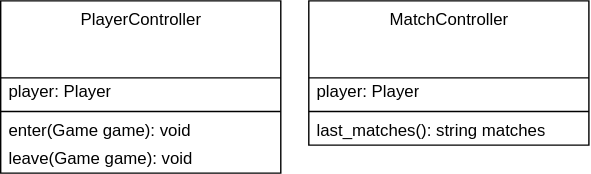
Above: images/clean-code-clean-classes/SRP.svg in GabrielSlima/blog (draw.io), before the change. Source tidied: cells renumbered, new cells last; positions are measured from the earlier drawing's top-left corner, leaving out a move shared by most shapes.
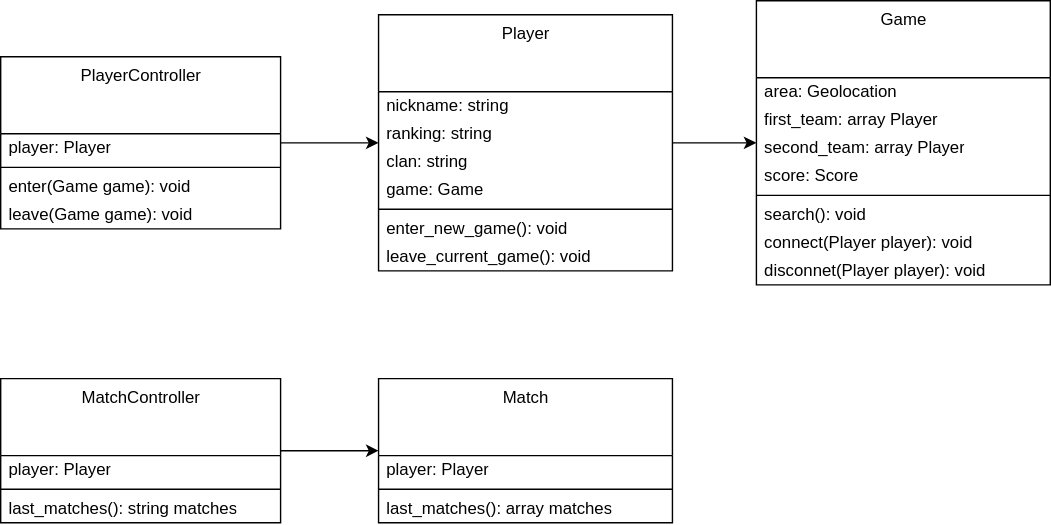
The same diagram one commit later.

The edit, as a diff of the source:
```diff
@@ -2,30 +2,102 @@
   <root>
     <mxCell id="0" />
     <mxCell id="1" parent="0" />
+    <mxCell id="11" value="Match" style="swimlane;fontStyle=0;align=center;verticalAlign=top;horizontal=1;startSize=55;html=1;fillColor=none;" parent="1" vertex="1">
+      <mxGeometry x="330" y="272" width="210" height="103" as="geometry" />
+    </mxCell>
+    <mxCell id="12" value="player: Player" style="text;html=1;strokeColor=none;fillColor=none;align=left;verticalAlign=middle;spacingLeft=4;spacingRight=4;overflow=hidden;" parent="11" vertex="1">
+      <mxGeometry y="55" width="210" height="20" as="geometry" />
+    </mxCell>
+    <mxCell id="13" style="line;strokeWidth=1;fillColor=none;align=left;verticalAlign=middle;spacingTop=-1;spacingLeft=3;spacingRight=3;labelPosition=right;" parent="11" vertex="1">
+      <mxGeometry y="75" width="210" height="8" as="geometry" />
+    </mxCell>
+    <mxCell id="14" value="last_matches(): array matches" style="text;html=1;strokeColor=none;fillColor=none;align=left;verticalAlign=middle;spacingLeft=4;spacingRight=4;overflow=hidden;" parent="11" vertex="1">
+      <mxGeometry y="83" width="210" height="20" as="geometry" />
+    </mxCell>
+    <mxCell id="15" style="edgeStyle=orthogonalEdgeStyle;rounded=0;jettySize=auto;html=1;" parent="1" edge="1" source="16" target="27">
+      <mxGeometry relative="1" as="geometry" />
+    </mxCell>
+    <mxCell id="16" value="&lt;div&gt;Player&lt;/div&gt;" style="swimlane;fontStyle=0;align=center;verticalAlign=top;horizontal=1;startSize=55;html=1;fillColor=none;" parent="1" vertex="1">
+      <mxGeometry x="330" y="12" width="210" height="183" as="geometry" />
+    </mxCell>
+    <mxCell id="17" value="nickname: string" style="text;html=1;strokeColor=none;fillColor=none;align=left;verticalAlign=middle;spacingLeft=4;spacingRight=4;overflow=hidden;" parent="16" vertex="1">
+      <mxGeometry y="55" width="210" height="20" as="geometry" />
+    </mxCell>
+    <mxCell id="18" value="&lt;div&gt;ranking: string&lt;br&gt;&lt;/div&gt;" style="text;html=1;strokeColor=none;fillColor=none;align=left;verticalAlign=middle;spacingLeft=4;spacingRight=4;overflow=hidden;" parent="16" vertex="1">
+      <mxGeometry y="75" width="210" height="20" as="geometry" />
+    </mxCell>
+    <mxCell id="19" value="&lt;div&gt;clan: string&lt;br&gt;&lt;/div&gt;" style="text;html=1;strokeColor=none;fillColor=none;align=left;verticalAlign=middle;spacingLeft=4;spacingRight=4;overflow=hidden;" parent="16" vertex="1">
+      <mxGeometry y="95" width="210" height="20" as="geometry" />
+    </mxCell>
+    <mxCell id="20" value="&lt;div&gt;game: Game&lt;br&gt;&lt;/div&gt;" style="text;html=1;strokeColor=none;fillColor=none;align=left;verticalAlign=middle;spacingLeft=4;spacingRight=4;overflow=hidden;" parent="16" vertex="1">
+      <mxGeometry y="115" width="210" height="20" as="geometry" />
+    </mxCell>
+    <mxCell id="21" style="line;strokeWidth=1;fillColor=none;align=left;verticalAlign=middle;spacingTop=-1;spacingLeft=3;spacingRight=3;labelPosition=right;" parent="16" vertex="1">
+      <mxGeometry y="135" width="210" height="8" as="geometry" />
+    </mxCell>
+    <mxCell id="22" value="enter_new_game(): void" style="text;html=1;strokeColor=none;fillColor=none;align=left;verticalAlign=middle;spacingLeft=4;spacingRight=4;overflow=hidden;" parent="16" vertex="1">
+      <mxGeometry y="143" width="210" height="20" as="geometry" />
+    </mxCell>
+    <mxCell id="23" value="leave_current_game(): void" style="text;html=1;strokeColor=none;fillColor=none;align=left;verticalAlign=middle;spacingLeft=4;spacingRight=4;overflow=hidden;" parent="16" vertex="1">
+      <mxGeometry y="163" width="210" height="20" as="geometry" />
+    </mxCell>
+    <mxCell id="24" style="edgeStyle=orthogonalEdgeStyle;rounded=0;jettySize=auto;html=1;" parent="1" edge="1" source="2" target="16">
+      <mxGeometry relative="1" as="geometry" />
+    </mxCell>
     <mxCell id="2" value="PlayerController" style="swimlane;fontStyle=0;align=center;verticalAlign=top;horizontal=1;startSize=55;html=1;fillColor=none;" parent="1" vertex="1">
-      <mxGeometry width="200" height="123" as="geometry" />
+      <mxGeometry x="60" y="42" width="200" height="123" as="geometry" />
     </mxCell>
-    <mxCell id="3" value="&lt;div&gt;player: Player&lt;/div&gt;" style="text;html=1;strokeColor=none;fillColor=none;align=left;verticalAlign=middle;spacingLeft=4;spacingRight=4;overflow=hidden;" parent="2" vertex="1">
-      <mxGeometry y="55" width="200" height="20" as="geometry" />
-    </mxCell>
-    <mxCell id="4" style="line;strokeWidth=1;fillColor=none;align=left;verticalAlign=middle;spacingTop=-1;spacingLeft=3;spacingRight=3;labelPosition=right;" parent="2" vertex="1">
-      <mxGeometry y="75" width="200" height="8" as="geometry" />
-    </mxCell>
+    <mxCell id="25" value="&lt;div&gt;player: Player&lt;/div&gt;" style="text;html=1;strokeColor=none;fillColor=none;align=left;verticalAlign=middle;spacingLeft=4;spacingRight=4;overflow=hidden;" parent="2" vertex="1">
+      <mxGeometry y="55" width="200" height="20" as="geometry" />
+    </mxCell>
+    <mxCell id="26" style="line;strokeWidth=1;fillColor=none;align=left;verticalAlign=middle;spacingTop=-1;spacingLeft=3;spacingRight=3;labelPosition=right;" parent="2" vertex="1">
+      <mxGeometry y="75" width="200" height="8" as="geometry" />
+    </mxCell>
     <mxCell id="5" value="enter(Game game): void" style="text;html=1;strokeColor=none;fillColor=none;align=left;verticalAlign=middle;spacingLeft=4;spacingRight=4;overflow=hidden;" parent="2" vertex="1">
       <mxGeometry y="83" width="200" height="20" as="geometry" />
     </mxCell>
     <mxCell id="6" value="leave(Game game): void" style="text;html=1;strokeColor=none;fillColor=none;align=left;verticalAlign=middle;spacingLeft=4;spacingRight=4;overflow=hidden;" parent="2" vertex="1">
       <mxGeometry y="103" width="200" height="20" as="geometry" />
     </mxCell>
+    <mxCell id="27" value="Game" style="swimlane;fontStyle=0;align=center;verticalAlign=top;horizontal=1;startSize=55;html=1;fillColor=none;" parent="1" vertex="1">
+      <mxGeometry x="600" y="2" width="210" height="203" as="geometry" />
+    </mxCell>
+    <mxCell id="28" value="area: Geolocation" style="text;html=1;strokeColor=none;fillColor=none;align=left;verticalAlign=middle;spacingLeft=4;spacingRight=4;overflow=hidden;" parent="27" vertex="1">
+      <mxGeometry y="55" width="210" height="20" as="geometry" />
+    </mxCell>
+    <mxCell id="29" value="first_team: array Player" style="text;html=1;strokeColor=none;fillColor=none;align=left;verticalAlign=middle;spacingLeft=4;spacingRight=4;overflow=hidden;" parent="27" vertex="1">
+      <mxGeometry y="75" width="210" height="20" as="geometry" />
+    </mxCell>
+    <mxCell id="30" value="second_team: array Player" style="text;html=1;strokeColor=none;fillColor=none;align=left;verticalAlign=middle;spacingLeft=4;spacingRight=4;overflow=hidden;" parent="27" vertex="1">
+      <mxGeometry y="95" width="210" height="20" as="geometry" />
+    </mxCell>
+    <mxCell id="31" value="score: Score" style="text;html=1;strokeColor=none;fillColor=none;align=left;verticalAlign=middle;spacingLeft=4;spacingRight=4;overflow=hidden;" parent="27" vertex="1">
+      <mxGeometry y="115" width="210" height="20" as="geometry" />
+    </mxCell>
+    <mxCell id="32" style="line;strokeWidth=1;fillColor=none;align=left;verticalAlign=middle;spacingTop=-1;spacingLeft=3;spacingRight=3;labelPosition=right;" parent="27" vertex="1">
+      <mxGeometry y="135" width="210" height="8" as="geometry" />
+    </mxCell>
+    <mxCell id="33" value="search(): void" style="text;html=1;strokeColor=none;fillColor=none;align=left;verticalAlign=middle;spacingLeft=4;spacingRight=4;overflow=hidden;" parent="27" vertex="1">
+      <mxGeometry y="143" width="210" height="20" as="geometry" />
+    </mxCell>
+    <mxCell id="34" value="connect(Player player): void" style="text;html=1;strokeColor=none;fillColor=none;align=left;verticalAlign=middle;spacingLeft=4;spacingRight=4;overflow=hidden;" parent="27" vertex="1">
+      <mxGeometry y="163" width="210" height="20" as="geometry" />
+    </mxCell>
+    <mxCell id="35" value="disconnet(Player player): void" style="text;html=1;strokeColor=none;fillColor=none;align=left;verticalAlign=middle;spacingLeft=4;spacingRight=4;overflow=hidden;" parent="27" vertex="1">
+      <mxGeometry y="183" width="210" height="20" as="geometry" />
+    </mxCell>
+    <mxCell id="36" style="edgeStyle=orthogonalEdgeStyle;rounded=0;jettySize=auto;html=1;" parent="1" edge="1" source="7" target="11">
+      <mxGeometry relative="1" as="geometry" />
+    </mxCell>
     <mxCell id="7" value="MatchController" style="swimlane;fontStyle=0;align=center;verticalAlign=top;horizontal=1;startSize=55;html=1;fillColor=none;" parent="1" vertex="1">
-      <mxGeometry x="220" width="200" height="103" as="geometry" />
+      <mxGeometry x="60" y="272" width="200" height="103" as="geometry" />
     </mxCell>
-    <mxCell id="8" value="&lt;div&gt;player: Player&lt;/div&gt;" style="text;html=1;strokeColor=none;fillColor=none;align=left;verticalAlign=middle;spacingLeft=4;spacingRight=4;overflow=hidden;" parent="7" vertex="1">
-      <mxGeometry y="55" width="200" height="20" as="geometry" />
-    </mxCell>
-    <mxCell id="9" style="line;strokeWidth=1;fillColor=none;align=left;verticalAlign=middle;spacingTop=-1;spacingLeft=3;spacingRight=3;labelPosition=right;" parent="7" vertex="1">
-      <mxGeometry y="75" width="200" height="8" as="geometry" />
-    </mxCell>
+    <mxCell id="37" value="&lt;div&gt;player: Player&lt;/div&gt;" style="text;html=1;strokeColor=none;fillColor=none;align=left;verticalAlign=middle;spacingLeft=4;spacingRight=4;overflow=hidden;" parent="7" vertex="1">
+      <mxGeometry y="55" width="200" height="20" as="geometry" />
+    </mxCell>
+    <mxCell id="38" style="line;strokeWidth=1;fillColor=none;align=left;verticalAlign=middle;spacingTop=-1;spacingLeft=3;spacingRight=3;labelPosition=right;" parent="7" vertex="1">
+      <mxGeometry y="75" width="200" height="8" as="geometry" />
+    </mxCell>
     <mxCell id="10" value="last_matches(): string matches" style="text;html=1;strokeColor=none;fillColor=none;align=left;verticalAlign=middle;spacingLeft=4;spacingRight=4;overflow=hidden;" parent="7" vertex="1">
       <mxGeometry y="83" width="200" height="20" as="geometry" />
     </mxCell>
```
